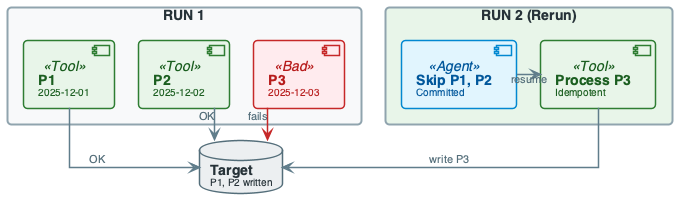
Above: diagrams/week04/week4_lecture_slide38_failure_rerun.png in OrPerets/data-engineering-course (PlantUML), before the change.
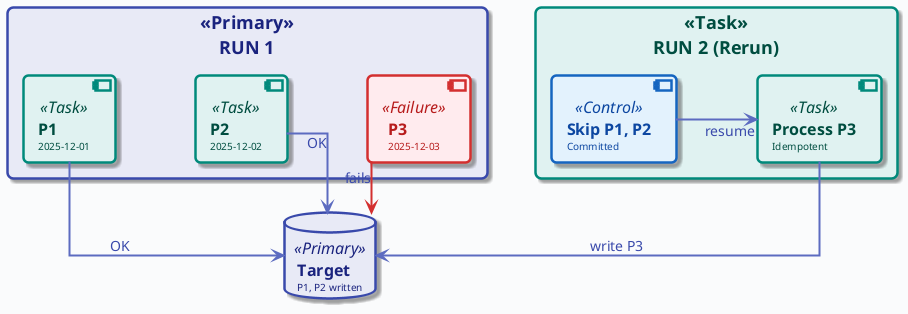
After the commit.

The edit, as a diff of the source:
```diff
@@ -1,143 +1,28 @@
 @startuml
 
+!include ../_template_styles.puml
+
 top to bottom direction
-skinparam linetype ortho
-skinparam shadowing false
-skinparam roundcorner 8
-skinparam handwritten false
-skinparam nodesep 24
-skinparam ranksep 28
 
-skinparam defaultFontName "Segoe UI, Helvetica, sans-serif"
-skinparam defaultFontSize 16
-skinparam defaultFontColor #2C3E50
-
-skinparam rectangle {
-    BackgroundColor #F8F9FA
-    BorderColor #90A4AE
-    BorderThickness 2
-    FontColor #263238
-    FontSize 14
-    FontStyle bold
-    Padding 20
-}
-
-skinparam component {
-    BackgroundColor #FFFFFF
-    BorderColor #78909C
-    BorderThickness 1.5
-    FontSize 14
-    Padding 12
-}
-
-skinparam database {
-    BackgroundColor #ECEFF1
-    BorderColor #546E7A
-    BorderThickness 1.5
-    FontSize 14
-    FontColor #263238
-}
-
-skinparam arrow {
-    Color #607D8B
-    Thickness 1.5
-    FontSize 11
-    FontColor #546E7A
-}
-
-skinparam component<<UI>> {
-    BorderColor #8E24AA
-    BackgroundColor #F3E5F5
-    FontColor #4A148C
-}
-
-skinparam component<<Agent>> {
-    BorderColor #0288D1
-    BackgroundColor #E1F5FE
-    FontColor #01579B
-}
-
-skinparam component<<Tool>> {
-    BorderColor #2E7D32
-    BackgroundColor #E8F5E9
-    FontColor #1B5E20
-}
-
-skinparam component<<Config>> {
-    BorderColor #F57C00
-    BackgroundColor #FFF3E0
-    FontColor #E65100
-}
-
-skinparam component<<Bad>> {
-    BorderColor #C62828
-    BackgroundColor #FFEBEE
-    FontColor #B71C1C
-}
-
-skinparam component<<V1>> {
-    BorderColor #F57C00
-    BackgroundColor #FFF3E0
-    FontColor #E65100
-}
-
-skinparam component<<V2>> {
-    BorderColor #2E7D32
-    BackgroundColor #E8F5E9
-    FontColor #1B5E20
-}
-
-skinparam component<<up>> {
-    BackgroundColor #E8F5E9
-    BorderColor #2E7D32
-}
-
-skinparam component<<down>> {
-    BackgroundColor #FFEBEE
-    BorderColor #C62828
-}
-
-skinparam database<<up>> {
-    BackgroundColor #E8F5E9
-    BorderColor #2E7D32
-}
-
-skinparam database<<down>> {
-    BackgroundColor #FFEBEE
-    BorderColor #C62828
-}
-
-skinparam component<<success>> {
-    BackgroundColor #E8F5E9
-    BorderColor #2E7D32
-}
-
-skinparam component<<failure>> {
-    BackgroundColor #FFEBEE
-    BorderColor #C62828
-}
-
-
-
-rectangle "RUN 1" #F8F9FA {
-    component "**P1**\n<size:10>2025-12-01</size>" as P1 <<Tool>>
-    component "**P2**\n<size:10>2025-12-02</size>" as P2 <<Tool>>
-    component "**P3**\n<size:10>2025-12-03</size>" as P3 <<Bad>>
+rectangle "RUN 1" <<Primary>> {
+    component "**P1**\n<size:10>2025-12-01</size>" as P1 <<Task>>
+    component "**P2**\n<size:10>2025-12-02</size>" as P2 <<Task>>
+    component "**P3**\n<size:10>2025-12-03</size>" as P3 <<Failure>>
     P1 -[hidden]right- P2
     P2 -[hidden]right- P3
 }
 
-database "**Target**\n<size:10>P1, P2 written</size>" as TARGET
+database "**Target**\n<size:10>P1, P2 written</size>" as TARGET <<Primary>>
 
-rectangle "RUN 2 (Rerun)" #E8F5E9 {
-    component "**Skip P1, P2**\n<size:10>Committed</size>" as SKIP <<Agent>>
-    component "**Process P3**\n<size:10>Idempotent</size>" as P3B <<Tool>>
+rectangle "RUN 2 (Rerun)" <<Task>> {
+    component "**Skip P1, P2**\n<size:10>Committed</size>" as SKIP <<Control>>
+    component "**Process P3**\n<size:10>Idempotent</size>" as P3B <<Task>>
     SKIP -right-> P3B : "resume"
 }
 
 P1 -down-> TARGET : "OK"
 P2 -down-> TARGET : "OK"
-P3 -[#C62828]down-> TARGET : "fails"
+P3 -[#D32F2F]down-> TARGET : "fails"
 
 P3B -down-> TARGET : "write P3"
 
```
